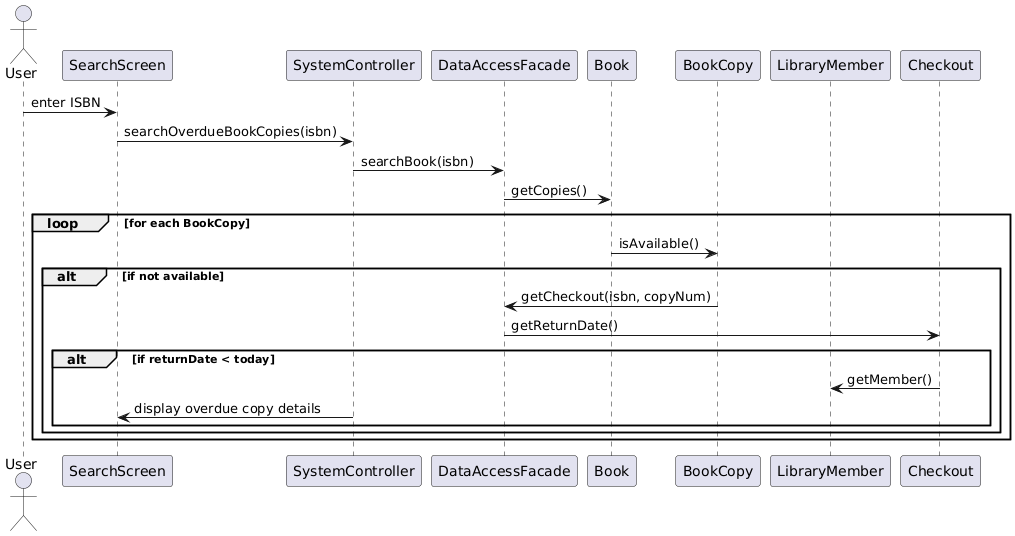
The PlantUML diagram src/uml/seq3-opt.png in mohammed-almassri/LibraryGroupD, before a commit.
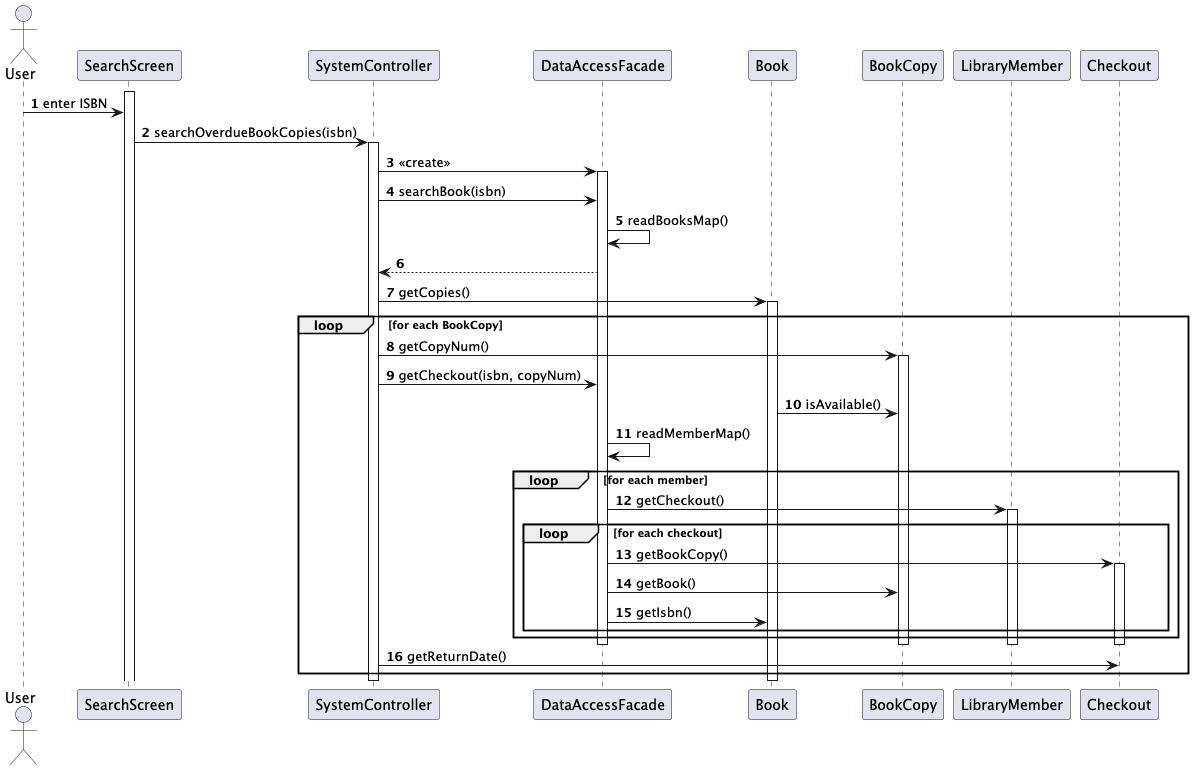
The same file after the commit.

Change to the diagram source:
```diff
@@ -1,4 +1,5 @@
 @startuml
+autonumber
 actor User
 
 participant SearchScreen
@@ -9,20 +10,64 @@
 participant LibraryMember
 participant Checkout
 
+activate SearchScreen
+
 User -> SearchScreen: enter ISBN
 SearchScreen -> SystemController: searchOverdueBookCopies(isbn)
+
+activate SystemController
+
+SystemController -> DataAccessFacade: <<create>>
+activate DataAccessFacade
+
 SystemController -> DataAccessFacade: searchBook(isbn)
-DataAccessFacade -> Book: getCopies()
+DataAccessFacade -> DataAccessFacade : readBooksMap()
+DataAccessFacade --> SystemController
+
+
+SystemController -> Book: getCopies()
+activate Book
+
 
 loop for each BookCopy
+    SystemController -> BookCopy : getCopyNum()
+    activate BookCopy
+    SystemController -> DataAccessFacade: getCheckout(isbn, copyNum)
     Book -> BookCopy: isAvailable()
-    alt if not available
-        BookCopy -> DataAccessFacade: getCheckout(isbn, copyNum)
-        DataAccessFacade -> Checkout: getReturnDate()
-        alt if returnDate < today
-            Checkout -> LibraryMember: getMember()
-            SystemController -> SearchScreen: display overdue copy details
+    DataAccessFacade -> DataAccessFacade : readMemberMap()
+
+    loop for each member
+        DataAccessFacade -> LibraryMember : getCheckout()
+        activate LibraryMember
+
+        loop for each checkout
+            DataAccessFacade -> Checkout : getBookCopy()
+            activate Checkout
+
+            DataAccessFacade -> BookCopy : getBook()
+            DataAccessFacade -> Book: getIsbn()
         end
+
     end
+
+    deactivate BookCopy
+    deactivate Checkout
+    deactivate LibraryMember
+    deactivate DataAccessFacade
+
+    SystemController -> Checkout : getReturnDate()
+
 end
+
+deactivate Book
+
+
+
+deactivate DataAccessFacade
+
+deactivate SystemController
+
+
+
+
 @enduml
```
